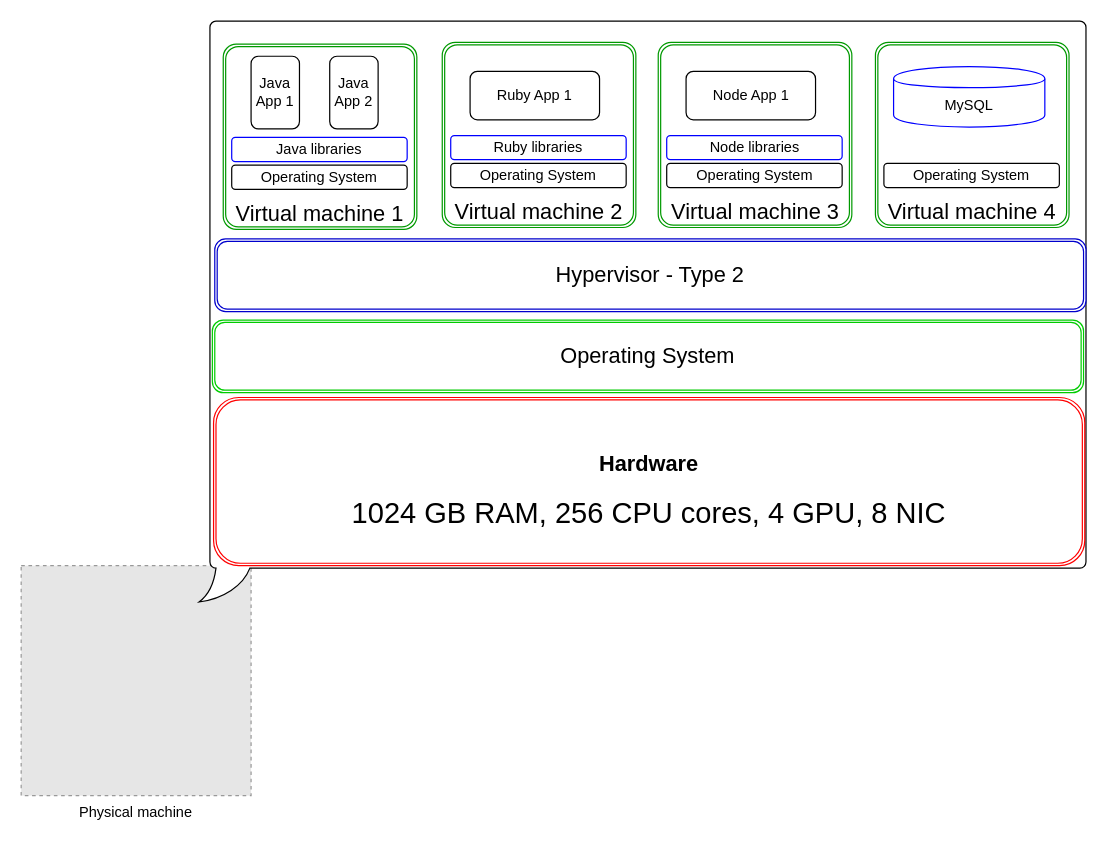
prabhatsharma/draw.io keeps this draw.io diagram as page "VM 2" (3 of 5) of why-containers.drawio. Above is the earlier version. Source tidied: cells renumbered, new cells numbered last; positions are measured from the earlier drawing's top-left corner, leaving out a move shared by most shapes. Both pictures are drawn from the tidied source at 121%, with x=0, y=0 at pixel (21, 21). Pictures stored in the file or linked from it are replaced by grey dashed boxes.
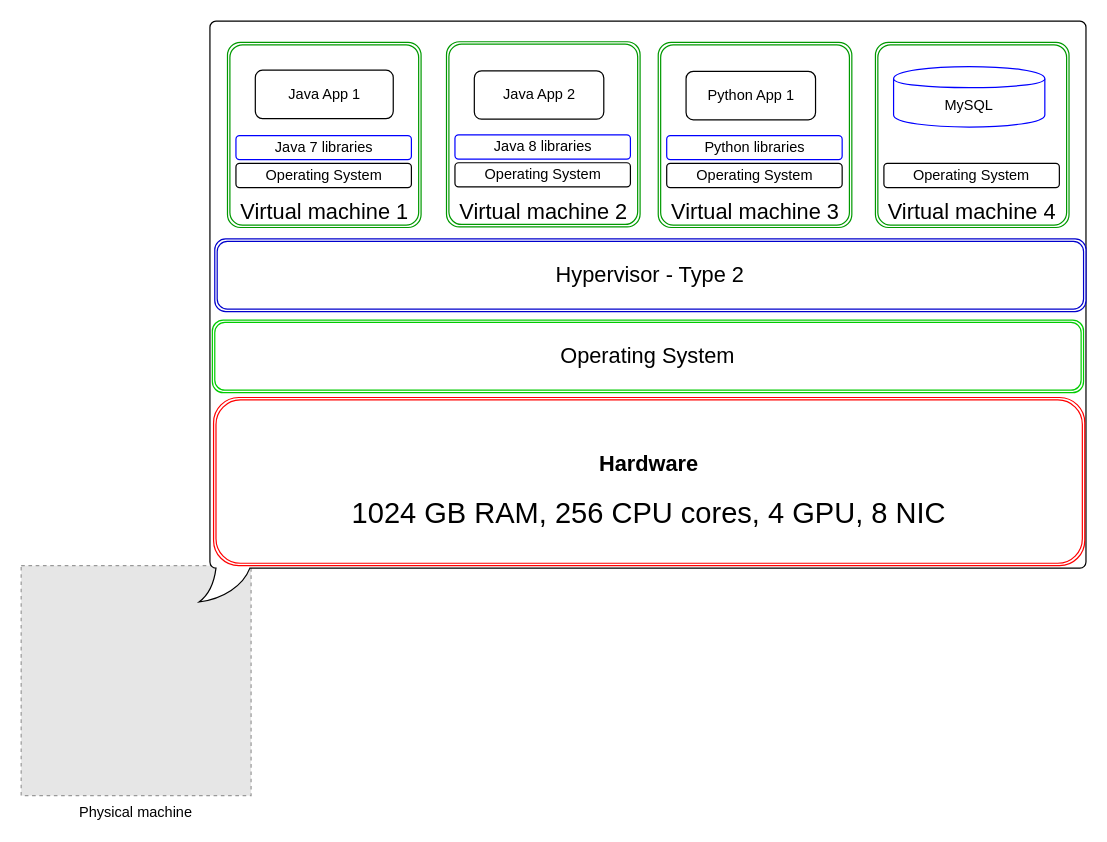
The same diagram, later.

The change refers to these unchanged cells:
```xml
<mxCell id="16" style="group;" parent="1" vertex="1">
  <mxGeometry x="526.5" y="17.5" width="160" height="153" as="geometry" />
</mxCell>
```

Diff of the diagram source:
```diff
@@
-    <mxCell id="5" style="group;" parent="1" vertex="1">
-      <mxGeometry x="167" y="19" width="160" height="153" as="geometry" />
-    </mxCell>
-    <mxCell id="6" value="&lt;font style=&quot;font-size: 18px&quot;&gt;&lt;br&gt;&lt;br&gt;&lt;br&gt;&lt;br&gt;&lt;br&gt;&lt;br&gt;Virtual machine 1&lt;/font&gt;" style="shape=ext;double=1;rounded=1;whiteSpace=wrap;html=1;strokeColor=#009900;arcSize=7;" parent="5" vertex="1">
-      <mxGeometry width="160" height="153" as="geometry" />
-    </mxCell>
-    <mxCell id="7" value="Operating System" style="rounded=1;whiteSpace=wrap;html=1;" parent="5" vertex="1">
-      <mxGeometry x="7" y="100" width="145" height="20" as="geometry" />
-    </mxCell>
-    <mxCell id="8" value="Java libraries" style="rounded=1;whiteSpace=wrap;html=1;strokeColor=#0000FF;" parent="5" vertex="1">
-      <mxGeometry x="7" y="77" width="145" height="20" as="geometry" />
-    </mxCell>
-    <mxCell id="9" value="Java App 1" style="rounded=1;whiteSpace=wrap;html=1;" parent="5" vertex="1">
-      <mxGeometry x="23" y="10" width="40" height="60" as="geometry" />
-    </mxCell>
-    <mxCell id="10" value="Java App 2" style="rounded=1;whiteSpace=wrap;html=1;" parent="5" vertex="1">
-      <mxGeometry x="88" y="10" width="40" height="60" as="geometry" />
-    </mxCell>
-    <mxCell id="11" style="group;" parent="1" vertex="1">
-      <mxGeometry x="348" y="17.5" width="160" height="153" as="geometry" />
-    </mxCell>
-    <mxCell id="12" value="&lt;font style=&quot;font-size: 18px&quot;&gt;&lt;br&gt;&lt;br&gt;&lt;br&gt;&lt;br&gt;&lt;br&gt;&lt;br&gt;Virtual machine 2&lt;/font&gt;" style="shape=ext;double=1;rounded=1;whiteSpace=wrap;html=1;strokeColor=#009900;arcSize=7;" parent="11" vertex="1">
-      <mxGeometry width="160" height="153" as="geometry" />
-    </mxCell>
-    <mxCell id="13" value="Operating System" style="rounded=1;whiteSpace=wrap;html=1;" parent="11" vertex="1">
-      <mxGeometry x="7" y="100" width="145" height="20" as="geometry" />
-    </mxCell>
-    <mxCell id="14" value="Ruby libraries" style="rounded=1;whiteSpace=wrap;html=1;strokeColor=#0000FF;" parent="11" vertex="1">
-      <mxGeometry x="7" y="77" width="145" height="20" as="geometry" />
-    </mxCell>
-    <mxCell id="15" value="Ruby App 1" style="rounded=1;whiteSpace=wrap;html=1;" parent="11" vertex="1">
-      <mxGeometry x="23" y="24" width="107" height="40" as="geometry" />
-    </mxCell>
@@
-    <mxCell id="19" value="Node libraries" style="rounded=1;whiteSpace=wrap;html=1;strokeColor=#0000FF;" parent="16" vertex="1">
+    <mxCell id="19" value="Python libraries" style="rounded=1;whiteSpace=wrap;html=1;strokeColor=#0000FF;" parent="16" vertex="1">
       <mxGeometry x="7" y="77" width="145" height="20" as="geometry" />
     </mxCell>
-    <mxCell id="20" value="Node App 1" style="rounded=1;whiteSpace=wrap;html=1;" parent="16" vertex="1">
+    <mxCell id="20" value="Python App 1" style="rounded=1;whiteSpace=wrap;html=1;" parent="16" vertex="1">
       <mxGeometry x="23" y="24" width="107" height="40" as="geometry" />
     </mxCell>
@@
+    <mxCell id="27" style="group;" parent="1" vertex="1">
+      <mxGeometry x="170.5" y="17.5" width="160" height="153" as="geometry" />
+    </mxCell>
+    <mxCell id="6" value="&lt;font style=&quot;font-size: 18px&quot;&gt;&lt;br&gt;&lt;br&gt;&lt;br&gt;&lt;br&gt;&lt;br&gt;&lt;br&gt;Virtual machine 1&lt;/font&gt;" style="shape=ext;double=1;rounded=1;whiteSpace=wrap;html=1;strokeColor=#009900;arcSize=7;" parent="27" vertex="1">
+      <mxGeometry width="160" height="153" as="geometry" />
+    </mxCell>
+    <mxCell id="28" value="Operating System" style="rounded=1;whiteSpace=wrap;html=1;" parent="27" vertex="1">
+      <mxGeometry x="7" y="100" width="145" height="20" as="geometry" />
+    </mxCell>
+    <mxCell id="29" value="Java 7 libraries" style="rounded=1;whiteSpace=wrap;html=1;strokeColor=#0000FF;" parent="27" vertex="1">
+      <mxGeometry x="7" y="77" width="145" height="20" as="geometry" />
+    </mxCell>
+    <mxCell id="9" value="Java App 1" style="rounded=1;whiteSpace=wrap;html=1;" parent="27" vertex="1">
+      <mxGeometry x="23" y="23" width="114" height="40" as="geometry" />
+    </mxCell>
+    <mxCell id="30" style="group;" parent="1" vertex="1">
+      <mxGeometry x="351.5" y="17" width="160" height="153" as="geometry" />
+    </mxCell>
+    <mxCell id="12" value="&lt;font style=&quot;font-size: 18px&quot;&gt;&lt;br&gt;&lt;br&gt;&lt;br&gt;&lt;br&gt;&lt;br&gt;&lt;br&gt;Virtual machine 2&lt;/font&gt;" style="shape=ext;double=1;rounded=1;whiteSpace=wrap;html=1;strokeColor=#009900;arcSize=7;" parent="30" vertex="1">
+      <mxGeometry width="160" height="153" as="geometry" />
+    </mxCell>
+    <mxCell id="31" value="Operating System" style="rounded=1;whiteSpace=wrap;html=1;" parent="30" vertex="1">
+      <mxGeometry x="7" y="100" width="145" height="20" as="geometry" />
+    </mxCell>
+    <mxCell id="32" value="Java 8 libraries" style="rounded=1;whiteSpace=wrap;html=1;strokeColor=#0000FF;" parent="30" vertex="1">
+      <mxGeometry x="7" y="77" width="145" height="20" as="geometry" />
+    </mxCell>
+    <mxCell id="10" value="Java App 2" style="rounded=1;whiteSpace=wrap;html=1;" parent="30" vertex="1">
+      <mxGeometry x="23" y="24" width="107" height="40" as="geometry" />
+    </mxCell>
```
